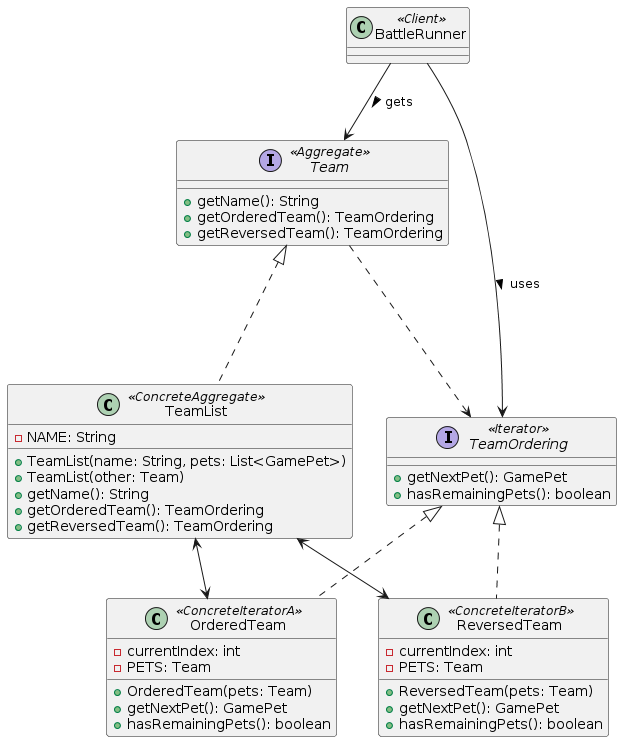
The PlantUML diagram diagrams/sap-iterator-domain.png in Joshua19Kim/SENG301_ASSIGNMENT4_DesignPattern, before a commit. Its diagram source:
```plantuml
@startuml
interface Team <<Aggregate>> {
  + getName(): String
  + getOrderedTeam(): TeamOrdering
  + getReversedTeam(): TeamOrdering
}

class TeamList <<ConcreteAggregate>> implements Team {
  - NAME: String
  + TeamList(name: String, pets: List<GamePet>)
  + TeamList(other: Team)
  + getName(): String
  + getOrderedTeam(): TeamOrdering
  + getReversedTeam(): TeamOrdering
}

interface TeamOrdering <<Iterator>> {
  + getNextPet(): GamePet
  + hasRemainingPets(): boolean
}


class OrderedTeam <<ConcreteIteratorA>> implements TeamOrdering {
  - currentIndex: int
  - PETS: Team
  + OrderedTeam(pets: Team)
  + getNextPet(): GamePet
  + hasRemainingPets(): boolean
}

class ReversedTeam <<ConcreteIteratorB>>  implements TeamOrdering {
  - currentIndex: int
  - PETS: Team
  + ReversedTeam(pets: Team)
  + getNextPet(): GamePet
  + hasRemainingPets(): boolean
}


class BattleRunner <<Client>> {
}

Team -.-> TeamOrdering
BattleRunner --> Team : > gets
BattleRunner --> TeamOrdering : > uses
TeamList <--> ReversedTeam
TeamList <--> OrderedTeam
@enduml
```
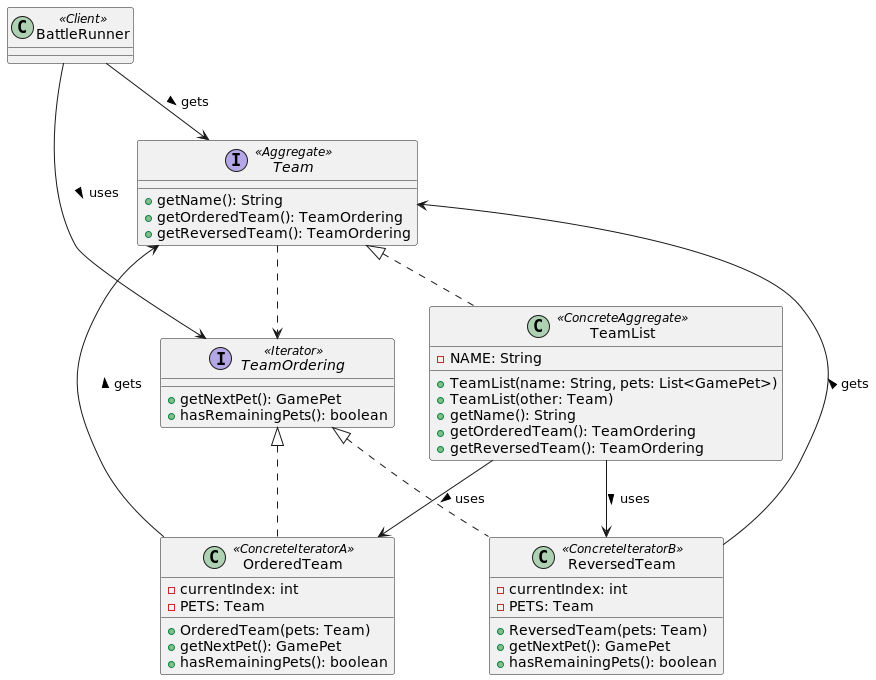
The same file after the commit.

Diff of the diagram source:
```diff
@@ -28,7 +28,7 @@
   + hasRemainingPets(): boolean
 }
 
-class ReversedTeam <<ConcreteIteratorB>>  implements TeamOrdering {
+class ReversedTeam <<ConcreteIteratorB>> implements TeamOrdering {
   - currentIndex: int
   - PETS: Team
   + ReversedTeam(pets: Team)
@@ -36,13 +36,14 @@
   + hasRemainingPets(): boolean
 }
 
-
-class BattleRunner <<Client>> {
+class BattleRunner <<Client>>{
 }
 
-Team -.-> TeamOrdering
+Team ..> TeamOrdering
 BattleRunner --> Team : > gets
 BattleRunner --> TeamOrdering : > uses
-TeamList <--> ReversedTeam
-TeamList <--> OrderedTeam
+TeamList --> ReversedTeam : > uses
+TeamList --> OrderedTeam : > uses
+OrderedTeam --> Team : > gets
+ReversedTeam --> Team : > gets
 @enduml
```
